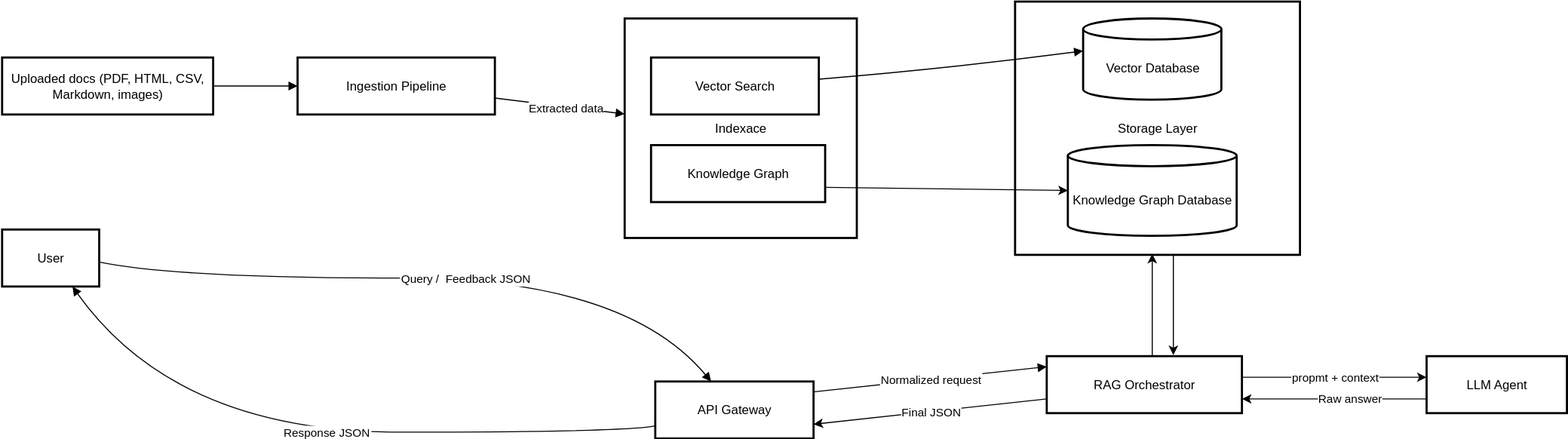
Before: hl-diagram.drawio.svg, a diagram exported from draw.io (jirkha/smarteon). Source tidied: cells renumbered, new cells last; positions are measured from the earlier drawing's top-left corner, leaving out a move shared by most shapes.
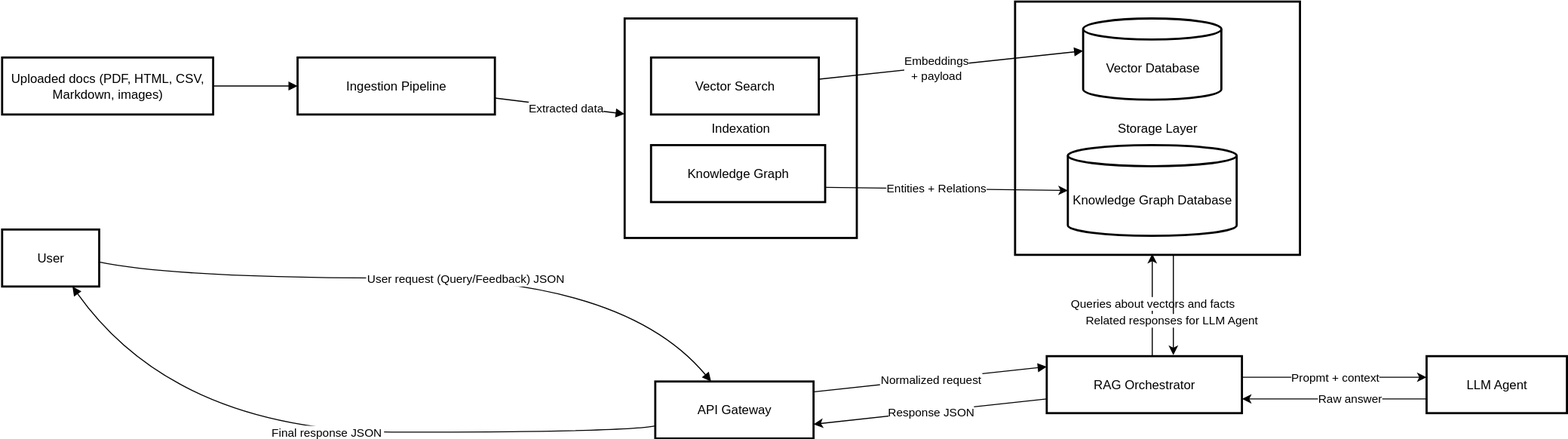
After the change.

Commit message:
editing edge descriptions

Diff of the diagram source:
```diff
@@ -5,7 +5,7 @@
     <mxCell id="2" value="Storage Layer" style="whiteSpace=wrap;strokeWidth=2;" parent="1" vertex="1">
       <mxGeometry x="960" width="270" height="240" as="geometry" />
     </mxCell>
-    <mxCell id="3" value="Indexace" style="whiteSpace=wrap;strokeWidth=2;" parent="1" vertex="1">
+    <mxCell id="3" value="Indexation" style="whiteSpace=wrap;strokeWidth=2;" parent="1" vertex="1">
       <mxGeometry x="590" y="16" width="220" height="208" as="geometry" />
     </mxCell>
     <mxCell id="4" value="User" style="whiteSpace=wrap;strokeWidth=2;" parent="1" vertex="1">
@@ -40,13 +40,13 @@
     </mxCell>
     <mxCell id="14" style="curved=1;startArrow=none;endArrow=block;exitX=1;exitY=0.38;entryX=0;entryY=0.4;rounded=0;" parent="1" edge="1" source="7" target="9">
       <mxGeometry x="-0.01" y="-55" relative="1" as="geometry">
-        <Array as="points">
-          <mxPoint x="892" y="64" />
-        </Array>
         <mxPoint x="1" as="offset" />
       </mxGeometry>
     </mxCell>
+    <mxCell id="29" value="&lt;span style=&quot;white-space: pre-wrap;&quot;&gt;Embeddings + payload&lt;/span&gt;" style="edgeLabel;html=1;align=center;verticalAlign=middle;" parent="14" vertex="1">
+      <mxGeometry x="-0.12" y="-1" relative="1" as="geometry" />
+    </mxCell>
-    <mxCell id="15" value="Query /  Feedback JSON" style="curved=1;startArrow=none;endArrow=block;exitX=1;exitY=0.57;entryX=0.35;entryY=-0.01;rounded=0;" parent="1" edge="1" source="4" target="6">
+    <mxCell id="15" value="User request (Query/Feedback) JSON" style="curved=1;startArrow=none;endArrow=block;exitX=1;exitY=0.57;entryX=0.35;entryY=-0.01;rounded=0;" parent="1" edge="1" source="4" target="6">
       <mxGeometry x="0.11" relative="1" as="geometry">
         <Array as="points">
           <mxPoint x="165" y="262" />
@@ -59,7 +59,7 @@
         <mxPoint x="770" y="369.8" as="sourcePoint" />
       </mxGeometry>
     </mxCell>
-    <mxCell id="17" value="Response JSON" style="curved=1;startArrow=none;endArrow=block;exitX=0;exitY=0.78;entryX=0.72;entryY=0.99;rounded=0;" parent="1" edge="1" source="6" target="4">
+    <mxCell id="17" value="Final response JSON" style="curved=1;startArrow=none;endArrow=block;exitX=0;exitY=0.78;entryX=0.72;entryY=0.99;rounded=0;" parent="1" edge="1" source="6" target="4">
       <mxGeometry relative="1" as="geometry">
         <Array as="points">
           <mxPoint x="590" y="408" />
@@ -78,18 +78,27 @@
         <mxPoint x="780" y="176" as="sourcePoint" />
       </mxGeometry>
     </mxCell>
+    <mxCell id="30" value="Entities + Relations" style="edgeLabel;html=1;align=center;verticalAlign=middle;" parent="20" vertex="1">
+      <mxGeometry x="-0.1" y="1" relative="1" as="geometry" />
+    </mxCell>
     <mxCell id="21" style="endArrow=classic;html=1;rounded=0;" parent="1" edge="1">
       <mxGeometry relative="1" as="geometry">
         <mxPoint x="1090" y="336" as="sourcePoint" />
         <mxPoint x="1090" y="239" as="targetPoint" />
       </mxGeometry>
     </mxCell>
+    <mxCell id="31" value="Queries about vectors and facts" style="edgeLabel;html=1;align=center;verticalAlign=middle;" parent="21" vertex="1">
+      <mxGeometry x="0.06" y="1" relative="1" as="geometry" />
+    </mxCell>
     <mxCell id="22" style="endArrow=classic;html=1;rounded=0;" parent="1" edge="1">
       <mxGeometry relative="1" as="geometry">
         <mxPoint x="1110" y="240" as="sourcePoint" />
         <mxPoint x="1110" y="335" as="targetPoint" />
       </mxGeometry>
     </mxCell>
+    <mxCell id="32" value="Related responses for LLM Agent" style="edgeLabel;html=1;align=center;verticalAlign=middle;" parent="22" vertex="1">
+      <mxGeometry x="0.28" y="-3" relative="1" as="geometry" />
+    </mxCell>
     <mxCell id="23" value="Uploaded docs (PDF, HTML, CSV, Markdown, images)" style="whiteSpace=wrap;strokeWidth=2;" parent="1" vertex="1">
       <mxGeometry y="53" width="200" height="54" as="geometry" />
     </mxCell>
@@ -99,7 +108,7 @@
     <mxCell id="25" value="Raw answer" style="edgeLabel;html=1;align=center;verticalAlign=middle;" parent="24" vertex="1">
       <mxGeometry x="-0.16" y="-1" relative="1" as="geometry" />
     </mxCell>
-    <mxCell id="26" value="&lt;span style=&quot;color: rgb(0, 0, 0); font-family: Helvetica; font-size: 11px; font-style: normal; font-variant-ligatures: normal; font-variant-caps: normal; font-weight: 400; letter-spacing: normal; orphans: 2; text-align: center; text-indent: 0px; text-transform: none; widows: 2; word-spacing: 0px; -webkit-text-stroke-width: 0px; white-space: nowrap; background-color: rgb(255, 255, 255); text-decoration-thickness: initial; text-decoration-style: initial; text-decoration-color: initial; float: none; display: inline !important;&quot;&gt;propmt + context&lt;/span&gt;" style="endArrow=classic;html=1;rounded=0;entryX=0;entryY=0.5;entryDx=0;entryDy=0;" parent="1" edge="1">
+    <mxCell id="26" value="&lt;span style=&quot;color: rgb(0, 0, 0); font-family: Helvetica; font-size: 11px; font-style: normal; font-variant-ligatures: normal; font-variant-caps: normal; font-weight: 400; letter-spacing: normal; orphans: 2; text-align: center; text-indent: 0px; text-transform: none; widows: 2; word-spacing: 0px; -webkit-text-stroke-width: 0px; white-space: nowrap; background-color: rgb(255, 255, 255); text-decoration-thickness: initial; text-decoration-style: initial; text-decoration-color: initial; float: none; display: inline !important;&quot;&gt;Propmt + context&lt;/span&gt;" style="endArrow=classic;html=1;rounded=0;entryX=0;entryY=0.5;entryDx=0;entryDy=0;" parent="1" edge="1">
       <mxGeometry relative="1" as="geometry">
         <mxPoint x="1175" y="356" as="sourcePoint" />
         <mxPoint x="1350" y="356" as="targetPoint" />
@@ -108,7 +117,7 @@
     <mxCell id="27" style="endArrow=classic;html=1;rounded=0;entryX=1;entryY=0.75;entryDx=0;entryDy=0;exitX=0;exitY=0.75;exitDx=0;exitDy=0;" parent="1" edge="1" source="11" target="6">
       <mxGeometry relative="1" as="geometry" />
     </mxCell>
-    <mxCell id="28" value="Final JSON" style="edgeLabel;html=1;align=center;verticalAlign=middle;" parent="27" vertex="1">
+    <mxCell id="28" value="Response JSON" style="edgeLabel;html=1;align=center;verticalAlign=middle;" parent="27" vertex="1">
       <mxGeometry relative="1" as="geometry" />
     </mxCell>
   </root>
```
